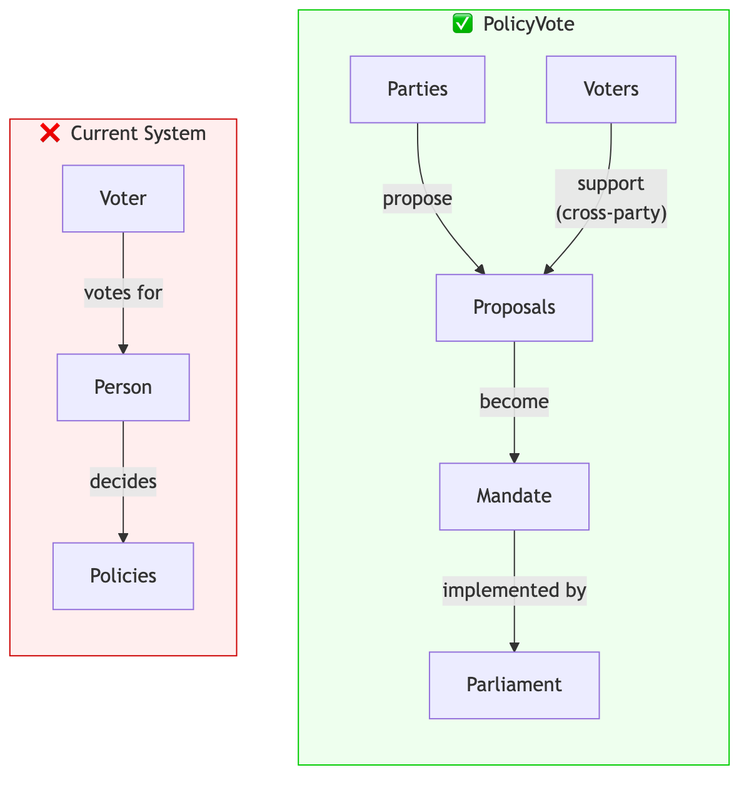
Above: 01_Projects/PolicyVote/Diagrams/comparison.png in antont/PolicyVote (Mermaid), before the change. Its source is kept beside it as 01_Projects/PolicyVote/Diagrams/comparison.mmd.
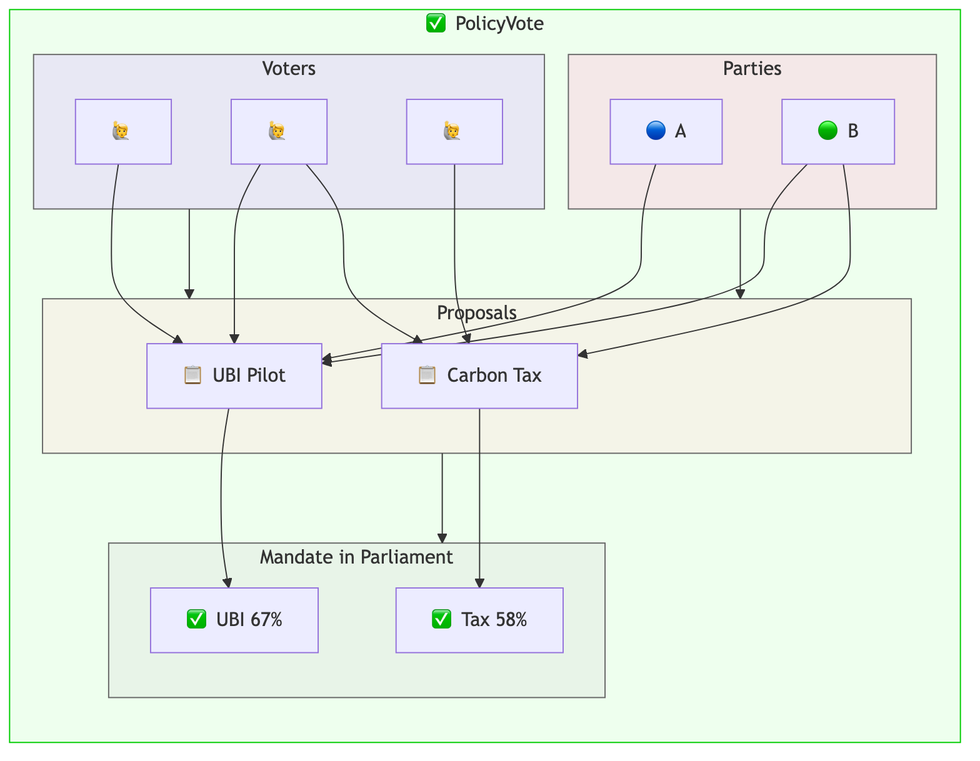
After the commit.

Commit message:
Add PolicyVote concept diagram with exact layout

What changed in the source:
```diff
@@ -1,19 +1,49 @@
-flowchart LR
-    subgraph current["❌ Current System"]
-        direction TB
-        c_voter["Voter"] -->|"votes for"| c_person["Person"]
-        c_person -->|"decides"| c_policy["Policies"]
+graph LR
+    subgraph policyvote["✅ PolicyVote"]
+        subgraph voters["Voters"]
+            direction TB
+            v1["🙋"]
+            v2["🙋"]
+            v3["🙋"]
+        end
+
+        subgraph proposals["Proposals"]
+            direction TB
+            ubi["📋 UBI Pilot"]
+            tax["📋 Carbon Tax"]
+        end
+
+        subgraph parties["Parties"]
+            direction TB
+            pA["🔵 A"]
+            pB["🟢 B"]
+        end
+
+        subgraph mandate["Mandate in Parliament"]
+            direction TB
+            m1["✅ UBI 67%"]
+            m2["✅ Tax 58%"]
+        end
+
+        voters --> proposals --> mandate
+
+        parties --> proposals
+
+        v1 --> ubi
+        v2 --> ubi
+        v2 --> tax
+        v3 --> tax
+
+        pA --> ubi
+        pB --> ubi
+        pB --> tax
+
+        ubi --> m1
+        tax --> m2
     end
 
-    subgraph policyvote["✅ PolicyVote"]
-        direction TB
-        p_parties["Parties"] -->|"propose"| p_proposals["Proposals"]
-        p_voter["Voters"] -->|"support<br/>(cross-party)"| p_proposals
-        p_proposals -->|"become"| p_mandate["Mandate"]
-        p_mandate -->|"implemented by"| p_parliament["Parliament"]
-    end
-
-    current ~~~ policyvote
-
-    style current fill:#ffeeee,stroke:#cc0000
     style policyvote fill:#eeffee,stroke:#00cc00
+    style voters fill:#e8e8f4,stroke:#666
+    style proposals fill:#f4f4e8,stroke:#666
+    style parties fill:#f4e8e8,stroke:#666
+    style mandate fill:#e8f4e8,stroke:#666
```
